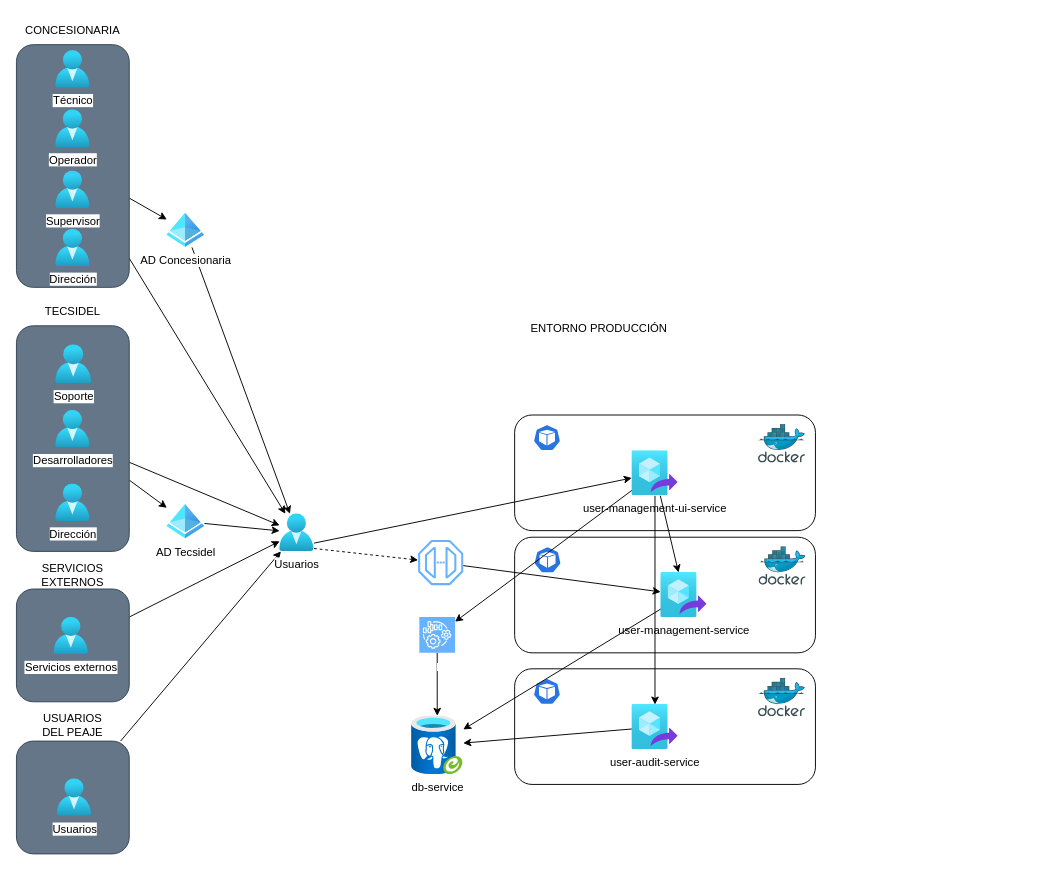
Before: docs/arch-pro.drawio in mikemonzo/user-management, a draw.io diagram. Source tidied: cells renumbered, new cells numbered last; positions are measured from the earlier drawing's top-left corner, leaving out a move shared by most shapes. Both pictures are drawn from the tidied source at 94%, with x=0, y=0 at pixel (16, 16).
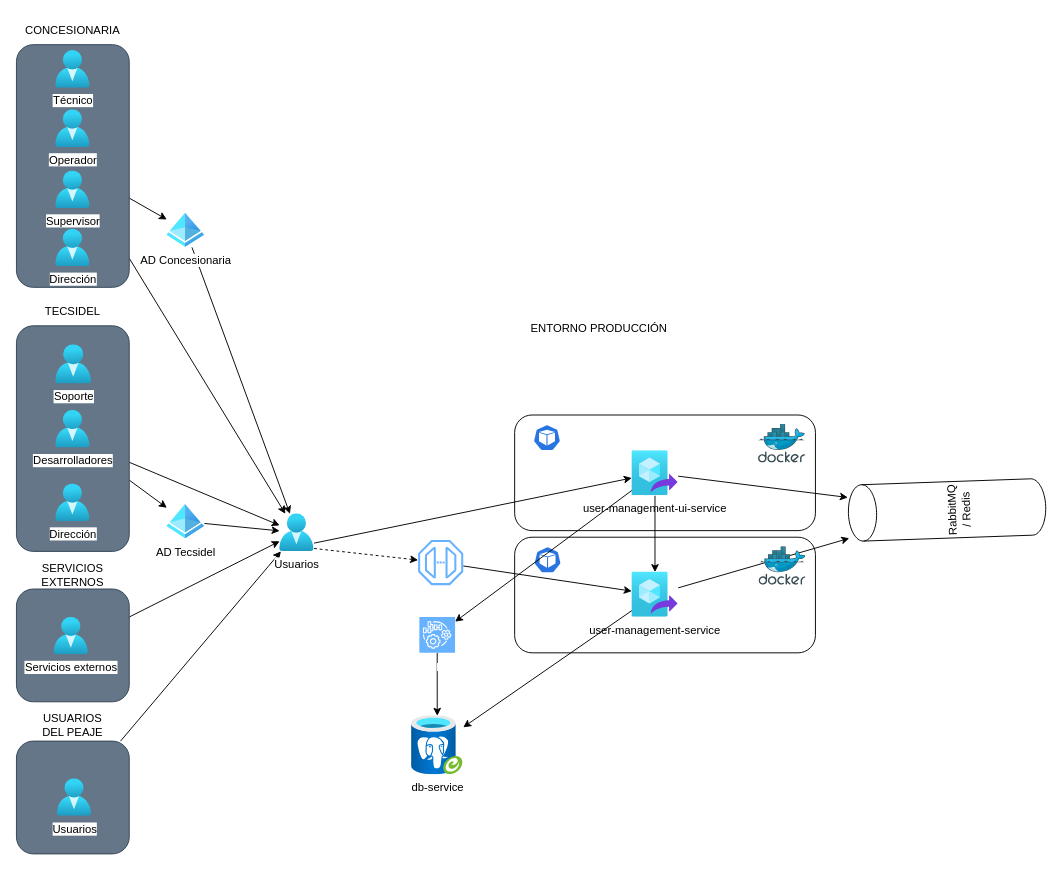
The same page after the edit.

The change refers to these unchanged cells:
```xml
<mxCell id="5" value="user-management-ui-service" style="html=1;points=[];align=center;image;fontSize=12;image=img/lib/azure2/compute/Image_Definitions.svg;fillColor=#CCCCCC;" parent="2" vertex="1">
  <mxGeometry x="124.6" y="38" width="49.4" height="47.9" as="geometry" />
</mxCell>
<mxCell id="17" value="db-service" style="html=1;points=[];align=center;image;fontSize=12;image=img/lib/azure2/databases/Azure_Database_PostgreSQL_Server_Group.svg;" parent="1" vertex="1">
  <mxGeometry x="420" y="744" width="55.3" height="62.7" as="geometry" />
</mxCell>
```

The edit, as a diff of the source:
```diff
@@
+    <mxCell id="61" style="edgeStyle=none;html=1;" parent="1" edge="1" source="14" target="62">
+      <mxGeometry relative="1" as="geometry" />
+    </mxCell>
     <mxCell id="14" value="user-management-service" style="html=1;points=[];align=center;image;fontSize=12;image=img/lib/azure2/compute/Image_Definitions.svg;fillColor=#CCCCCC;" parent="1" vertex="1">
-      <mxGeometry x="685.3" y="591.5" width="49.4" height="47.9" as="geometry" />
+      <mxGeometry x="654.6" y="591.1" width="49.4" height="47.9" as="geometry" />
     </mxCell>
@@
-    <mxCell id="18" style="group;" parent="1" vertex="1">
-      <mxGeometry x="530" y="694" width="320" height="123" as="geometry" />
-    </mxCell>
-    <mxCell id="19" style="rounded=1;whiteSpace=wrap;html=1;" parent="18" vertex="1">
-      <mxGeometry width="320" height="123" as="geometry" />
-    </mxCell>
-    <mxCell id="20" style="sketch=0;html=1;dashed=0;whitespace=wrap;fillColor=#2875E2;strokeColor=#ffffff;verticalLabelPosition=bottom;align=center;verticalAlign=top;shape=mxgraph.kubernetes.icon;prIcon=pod;" parent="18" vertex="1">
-      <mxGeometry x="19.4" y="10" width="30" height="28" as="geometry" />
-    </mxCell>
-    <mxCell id="21" value="user-audit-service" style="html=1;points=[];align=center;image;fontSize=12;image=img/lib/azure2/compute/Image_Definitions.svg;fillColor=#CCCCCC;" parent="18" vertex="1">
-      <mxGeometry x="124.6" y="38" width="49.4" height="47.9" as="geometry" />
-    </mxCell>
-    <mxCell id="22" style="sketch=0;html=1;align=center;image;fontSize=12;image=img/lib/mscae/Docker.svg;fillColor=#CCCCCC;" parent="18" vertex="1">
-      <mxGeometry x="259.4" y="10" width="50" height="41" as="geometry" />
-    </mxCell>
-    <mxCell id="23" style="edgeStyle=none;html=1;" parent="1" edge="1" source="5" target="21">
-      <mxGeometry relative="1" as="geometry" />
-    </mxCell>
-    <mxCell id="24" style="edgeStyle=none;html=1;" parent="1" edge="1" source="21" target="17">
-      <mxGeometry relative="1" as="geometry" />
-    </mxCell>
@@
+    <mxCell id="62" value="RabbitMQ / Redis" style="shape=cylinder3;whiteSpace=wrap;html=1;boundedLbl=1;backgroundOutline=1;size=15;rotation=-92;" parent="1" vertex="1">
+      <mxGeometry x="960" y="420" width="60" height="210" as="geometry" />
+    </mxCell>
+    <mxCell id="63" style="edgeStyle=none;html=1;" parent="1" edge="1" source="5" target="62">
+      <mxGeometry relative="1" as="geometry" />
+    </mxCell>
```
